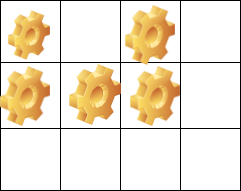
Above: Untitled Diagram.png in CodeAlag/CodeAlag.github.io (draw.io), before the change. Source tidied: cells renumbered, new cells last; positions are measured from the earlier drawing's top-left corner, leaving out a move shared by most shapes.
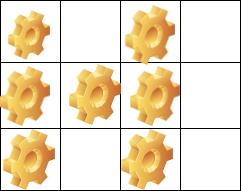
The same diagram one commit later.

Change to the diagram source:
```diff
@@ -65,5 +65,11 @@
     <mxCell id="22" style="shape=image;html=1;verticalLabelPosition=bottom;verticalAlign=top;imageAspect=0;image=img/clipart/Gear_128x128.png;" parent="1" vertex="1">
       <mxGeometry x="125" y="5" width="50" height="60" as="geometry" />
     </mxCell>
+    <mxCell id="23" style="shape=image;html=1;verticalLabelPosition=bottom;verticalAlign=top;imageAspect=1;image=img/clipart/Gear_128x128.png;" parent="1" vertex="1">
+      <mxGeometry x="121" y="129" width="52" height="61" as="geometry" />
+    </mxCell>
+    <mxCell id="24" style="shape=image;html=1;verticalLabelPosition=bottom;verticalAlign=top;imageAspect=1;image=img/clipart/Gear_128x128.png;" parent="1" vertex="1">
+      <mxGeometry x="2.9" y="129" width="52" height="61" as="geometry" />
+    </mxCell>
   </root>
 </mxGraphModel>
```
